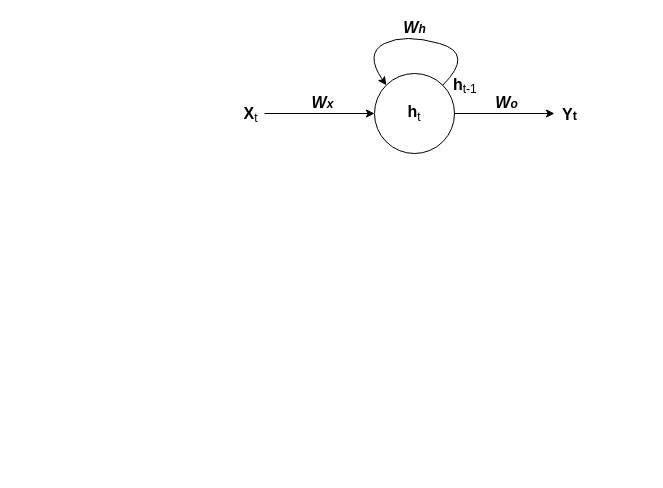
morningkyle/githubfiles keeps this draw.io diagram as Untitled Diagram.drawio. Above is the earlier version. Source tidied: cells renumbered, new cells numbered last; positions are measured from the earlier drawing's top-left corner, leaving out a move shared by most shapes. Both pictures are drawn from the tidied source at 100%, with x=0, y=0 at pixel (257, 33).
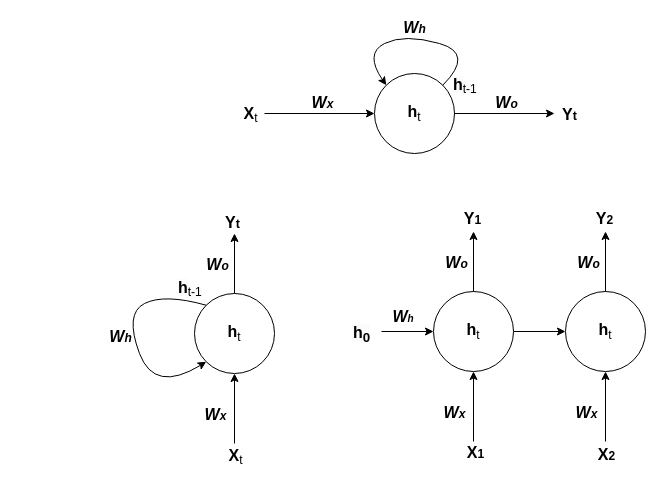
The same diagram, later.

Change to the diagram source:
```diff
@@
+    <mxCell id="12" value="&lt;span style=&quot;font-size: 16px;&quot;&gt;&lt;b&gt;h&lt;/b&gt;&lt;sub style=&quot;font-size: 12px;&quot;&gt;t&lt;/sub&gt;&lt;/span&gt;" style="ellipse;whiteSpace=wrap;html=1;" parent="1" vertex="1">
+      <mxGeometry x="-63" y="260" width="80" height="80" as="geometry" />
+    </mxCell>
+    <mxCell id="13" value="&lt;b style=&quot;border-color: var(--border-color); color: rgb(0, 0, 0); font-family: Helvetica; font-size: 16px; font-style: normal; font-variant-ligatures: normal; font-variant-caps: normal; letter-spacing: normal; orphans: 2; text-align: center; text-indent: 0px; text-transform: none; widows: 2; word-spacing: 0px; -webkit-text-stroke-width: 0px; background-color: rgb(251, 251, 251); text-decoration-thickness: initial; text-decoration-style: initial; text-decoration-color: initial;&quot;&gt;h&lt;/b&gt;&lt;sub style=&quot;border-color: var(--border-color); color: rgb(0, 0, 0); font-family: Helvetica; font-style: normal; font-variant-ligatures: normal; font-variant-caps: normal; font-weight: 400; letter-spacing: normal; orphans: 2; text-align: center; text-indent: 0px; text-transform: none; widows: 2; word-spacing: 0px; -webkit-text-stroke-width: 0px; background-color: rgb(251, 251, 251); text-decoration-thickness: initial; text-decoration-style: initial; text-decoration-color: initial;&quot;&gt;&lt;font style=&quot;font-size: 12px;&quot;&gt;t-1&lt;/font&gt;&lt;/sub&gt;" style="text;whiteSpace=wrap;html=1;" parent="1" vertex="1">
+      <mxGeometry x="-81" y="238" width="30" height="30" as="geometry" />
+    </mxCell>
+    <mxCell id="14" style="endArrow=classic;html=1;rounded=0;exitX=0.5;exitY=0;exitDx=0;exitDy=0;" parent="1" edge="1" source="12">
+      <mxGeometry relative="1" as="geometry">
+        <mxPoint x="-23" y="200" as="targetPoint" />
+      </mxGeometry>
+    </mxCell>
+    <mxCell id="15" value="&lt;span style=&quot;vertical-align: sub;&quot;&gt;&lt;b style=&quot;&quot;&gt;&lt;span style=&quot;font-size: 16px;&quot;&gt;Y&lt;/span&gt;&lt;span style=&quot;font-size: 12.5px;&quot;&gt;t&lt;/span&gt;&lt;/b&gt;&lt;/span&gt;" style="edgeLabel;html=1;align=center;verticalAlign=middle;" parent="1" vertex="1">
+      <mxGeometry x="-240" y="198" as="geometry">
+        <mxPoint x="214" y="-10" as="offset" />
+      </mxGeometry>
+    </mxCell>
+    <mxCell id="16" style="curved=1;endArrow=classic;html=1;rounded=0;exitX=0;exitY=0;exitDx=0;exitDy=0;entryX=0;entryY=1;entryDx=0;entryDy=0;" parent="1" edge="1" source="12" target="12">
+      <mxGeometry relative="1" as="geometry">
+        <Array as="points">
+          <mxPoint x="-93" y="260" />
+          <mxPoint x="-133" y="280" />
+          <mxPoint x="-103" y="360" />
+        </Array>
+      </mxGeometry>
+    </mxCell>
+    <mxCell id="17" value="&lt;sub style=&quot;&quot;&gt;&lt;b style=&quot;&quot;&gt;&lt;i&gt;&lt;span style=&quot;font-size: 16px;&quot;&gt;W&lt;/span&gt;&lt;span style=&quot;font-size: 12px;&quot;&gt;x&lt;/span&gt;&lt;/i&gt;&lt;/b&gt;&lt;/sub&gt;" style="edgeLabel;html=1;align=center;verticalAlign=middle;" parent="1" vertex="1">
+      <mxGeometry x="-107" y="400" as="geometry">
+        <mxPoint x="64" y="-20" as="offset" />
+      </mxGeometry>
+    </mxCell>
+    <mxCell id="18" value="&lt;sub style=&quot;&quot;&gt;&lt;b style=&quot;&quot;&gt;&lt;i&gt;&lt;span style=&quot;font-size: 16px;&quot;&gt;W&lt;/span&gt;&lt;span style=&quot;font-size: 12px;&quot;&gt;o&lt;/span&gt;&lt;/i&gt;&lt;/b&gt;&lt;/sub&gt;" style="edgeLabel;html=1;align=center;verticalAlign=middle;" parent="1" vertex="1">
+      <mxGeometry x="-105" y="250" as="geometry">
+        <mxPoint x="64" y="-20" as="offset" />
+      </mxGeometry>
+    </mxCell>
+    <mxCell id="19" value="&lt;sub style=&quot;&quot;&gt;&lt;b style=&quot;&quot;&gt;&lt;i&gt;&lt;span style=&quot;font-size: 16px;&quot;&gt;W&lt;/span&gt;&lt;span style=&quot;font-size: 12px;&quot;&gt;h&lt;/span&gt;&lt;/i&gt;&lt;/b&gt;&lt;/sub&gt;" style="edgeLabel;html=1;align=center;verticalAlign=middle;" parent="1" vertex="1">
+      <mxGeometry x="-202" y="322" as="geometry">
+        <mxPoint x="64" y="-20" as="offset" />
+      </mxGeometry>
+    </mxCell>
+    <mxCell id="20" style="endArrow=classic;html=1;rounded=0;entryX=0.5;entryY=1;entryDx=0;entryDy=0;" parent="1" edge="1" target="12">
+      <mxGeometry relative="1" as="geometry">
+        <mxPoint x="-23" y="410" as="sourcePoint" />
+      </mxGeometry>
+    </mxCell>
+    <mxCell id="21" value="&lt;b&gt;&lt;font style=&quot;font-size: 16px;&quot;&gt;X&lt;/font&gt;&lt;/b&gt;&lt;sub style=&quot;font-size: 12px;&quot;&gt;t&lt;/sub&gt;" style="edgeLabel;html=1;align=center;verticalAlign=middle;" parent="1" vertex="1">
+      <mxGeometry x="-23" y="422" as="geometry" />
+    </mxCell>
+    <mxCell id="22" value="&lt;span style=&quot;font-size: 16px;&quot;&gt;&lt;b&gt;h&lt;/b&gt;&lt;sub style=&quot;font-size: 12px;&quot;&gt;t&lt;/sub&gt;&lt;/span&gt;" style="ellipse;whiteSpace=wrap;html=1;" parent="1" vertex="1">
+      <mxGeometry x="176" y="258" width="80" height="80" as="geometry" />
+    </mxCell>
+    <mxCell id="23" value="&lt;b style=&quot;border-color: var(--border-color); color: rgb(0, 0, 0); font-family: Helvetica; font-size: 16px; font-style: normal; font-variant-ligatures: normal; font-variant-caps: normal; letter-spacing: normal; orphans: 2; text-align: center; text-indent: 0px; text-transform: none; widows: 2; word-spacing: 0px; -webkit-text-stroke-width: 0px; background-color: rgb(251, 251, 251); text-decoration-thickness: initial; text-decoration-style: initial; text-decoration-color: initial;&quot;&gt;h&lt;sub&gt;0&lt;/sub&gt;&lt;/b&gt;" style="text;whiteSpace=wrap;html=1;" parent="1" vertex="1">
+      <mxGeometry x="94" y="283" width="30" height="30" as="geometry" />
+    </mxCell>
+    <mxCell id="24" style="endArrow=classic;html=1;rounded=0;exitX=0.5;exitY=0;exitDx=0;exitDy=0;" parent="1" edge="1" source="22">
+      <mxGeometry relative="1" as="geometry">
+        <mxPoint x="216" y="198" as="targetPoint" />
+      </mxGeometry>
+    </mxCell>
+    <mxCell id="25" value="&lt;sub style=&quot;&quot;&gt;&lt;b style=&quot;&quot;&gt;&lt;i&gt;&lt;span style=&quot;font-size: 16px;&quot;&gt;W&lt;/span&gt;&lt;span style=&quot;font-size: 12px;&quot;&gt;x&lt;/span&gt;&lt;/i&gt;&lt;/b&gt;&lt;/sub&gt;" style="edgeLabel;html=1;align=center;verticalAlign=middle;" parent="1" vertex="1">
+      <mxGeometry x="132" y="398" as="geometry">
+        <mxPoint x="64" y="-20" as="offset" />
+      </mxGeometry>
+    </mxCell>
+    <mxCell id="26" value="&lt;sub style=&quot;&quot;&gt;&lt;b style=&quot;&quot;&gt;&lt;i&gt;&lt;span style=&quot;font-size: 16px;&quot;&gt;W&lt;/span&gt;&lt;span style=&quot;font-size: 12px;&quot;&gt;o&lt;/span&gt;&lt;/i&gt;&lt;/b&gt;&lt;/sub&gt;" style="edgeLabel;html=1;align=center;verticalAlign=middle;" parent="1" vertex="1">
+      <mxGeometry x="134" y="248" as="geometry">
+        <mxPoint x="64" y="-20" as="offset" />
+      </mxGeometry>
+    </mxCell>
+    <mxCell id="27" style="endArrow=classic;html=1;rounded=0;entryX=0.5;entryY=1;entryDx=0;entryDy=0;" parent="1" edge="1" target="22">
+      <mxGeometry relative="1" as="geometry">
+        <mxPoint x="216" y="408" as="sourcePoint" />
+      </mxGeometry>
+    </mxCell>
+    <mxCell id="28" value="&lt;b&gt;&lt;font style=&quot;font-size: 16px;&quot;&gt;X&lt;/font&gt;&lt;font style=&quot;font-size: 12px;&quot;&gt;1&lt;/font&gt;&lt;/b&gt;" style="edgeLabel;html=1;align=center;verticalAlign=middle;" parent="1" vertex="1">
+      <mxGeometry x="224" y="422" as="geometry">
+        <mxPoint x="-7" y="-4" as="offset" />
+      </mxGeometry>
+    </mxCell>
+    <mxCell id="29" style="endArrow=classic;html=1;rounded=0;entryX=0;entryY=0.5;entryDx=0;entryDy=0;exitX=1;exitY=0.5;exitDx=0;exitDy=0;" parent="1" edge="1" source="23" target="22">
+      <mxGeometry relative="1" as="geometry" />
+    </mxCell>
+    <mxCell id="30" value="&lt;b&gt;&lt;font style=&quot;font-size: 16px;&quot;&gt;Y&lt;/font&gt;&lt;font style=&quot;font-size: 12px;&quot;&gt;1&lt;/font&gt;&lt;/b&gt;" style="edgeLabel;html=1;align=center;verticalAlign=middle;" parent="1" vertex="1">
+      <mxGeometry x="230" y="438" as="geometry">
+        <mxPoint x="-16" y="-254" as="offset" />
+      </mxGeometry>
+    </mxCell>
+    <mxCell id="31" value="&lt;span style=&quot;font-size: 16px;&quot;&gt;&lt;b&gt;h&lt;/b&gt;&lt;sub style=&quot;font-size: 12px;&quot;&gt;t&lt;/sub&gt;&lt;/span&gt;" style="ellipse;whiteSpace=wrap;html=1;" parent="1" vertex="1">
+      <mxGeometry x="308" y="258" width="80" height="80" as="geometry" />
+    </mxCell>
+    <mxCell id="32" style="endArrow=classic;html=1;rounded=0;exitX=0.5;exitY=0;exitDx=0;exitDy=0;" parent="1" edge="1" source="31">
+      <mxGeometry relative="1" as="geometry">
+        <mxPoint x="348" y="198" as="targetPoint" />
+      </mxGeometry>
+    </mxCell>
+    <mxCell id="33" value="&lt;sub style=&quot;&quot;&gt;&lt;b style=&quot;&quot;&gt;&lt;i&gt;&lt;span style=&quot;font-size: 16px;&quot;&gt;W&lt;/span&gt;&lt;span style=&quot;font-size: 12px;&quot;&gt;x&lt;/span&gt;&lt;/i&gt;&lt;/b&gt;&lt;/sub&gt;" style="edgeLabel;html=1;align=center;verticalAlign=middle;" parent="1" vertex="1">
+      <mxGeometry x="264" y="398" as="geometry">
+        <mxPoint x="64" y="-20" as="offset" />
+      </mxGeometry>
+    </mxCell>
+    <mxCell id="34" value="&lt;sub style=&quot;&quot;&gt;&lt;b style=&quot;&quot;&gt;&lt;i&gt;&lt;span style=&quot;font-size: 16px;&quot;&gt;W&lt;/span&gt;&lt;span style=&quot;font-size: 12px;&quot;&gt;o&lt;/span&gt;&lt;/i&gt;&lt;/b&gt;&lt;/sub&gt;" style="edgeLabel;html=1;align=center;verticalAlign=middle;" parent="1" vertex="1">
+      <mxGeometry x="266" y="248" as="geometry">
+        <mxPoint x="64" y="-20" as="offset" />
+      </mxGeometry>
+    </mxCell>
+    <mxCell id="35" style="endArrow=classic;html=1;rounded=0;entryX=0.5;entryY=1;entryDx=0;entryDy=0;" parent="1" edge="1" target="31">
+      <mxGeometry relative="1" as="geometry">
+        <mxPoint x="348" y="408" as="sourcePoint" />
+      </mxGeometry>
+    </mxCell>
+    <mxCell id="36" value="&lt;b&gt;&lt;font style=&quot;font-size: 16px;&quot;&gt;X&lt;/font&gt;&lt;font style=&quot;font-size: 12px;&quot;&gt;2&lt;/font&gt;&lt;/b&gt;" style="edgeLabel;html=1;align=center;verticalAlign=middle;" parent="1" vertex="1">
+      <mxGeometry x="347" y="422" as="geometry">
+        <mxPoint x="1" y="-2" as="offset" />
+      </mxGeometry>
+    </mxCell>
+    <mxCell id="37" style="endArrow=classic;html=1;rounded=0;entryX=0;entryY=0.5;entryDx=0;entryDy=0;exitX=1;exitY=0.5;exitDx=0;exitDy=0;" parent="1" edge="1" target="31">
+      <mxGeometry relative="1" as="geometry">
+        <mxPoint x="256" y="298" as="sourcePoint" />
+      </mxGeometry>
+    </mxCell>
+    <mxCell id="38" value="&lt;b&gt;&lt;font style=&quot;font-size: 16px;&quot;&gt;Y&lt;/font&gt;&lt;font style=&quot;font-size: 12px;&quot;&gt;2&lt;/font&gt;&lt;/b&gt;" style="edgeLabel;html=1;align=center;verticalAlign=middle;" parent="1" vertex="1">
+      <mxGeometry x="362" y="438" as="geometry">
+        <mxPoint x="-16" y="-254" as="offset" />
+      </mxGeometry>
+    </mxCell>
+    <mxCell id="39" value="&lt;font style=&quot;&quot;&gt;&lt;b style=&quot;&quot;&gt;&lt;i style=&quot;&quot;&gt;&lt;span style=&quot;font-size: 16px;&quot;&gt;W&lt;/span&gt;&lt;span style=&quot;font-size: 10px;&quot;&gt;h&lt;/span&gt;&lt;/i&gt;&lt;/b&gt;&lt;/font&gt;" style="text;strokeColor=none;align=center;fillColor=none;html=1;verticalAlign=middle;whiteSpace=wrap;rounded=0;" parent="1" vertex="1">
+      <mxGeometry x="116" y="268" width="60" height="30" as="geometry" />
+    </mxCell>
```
